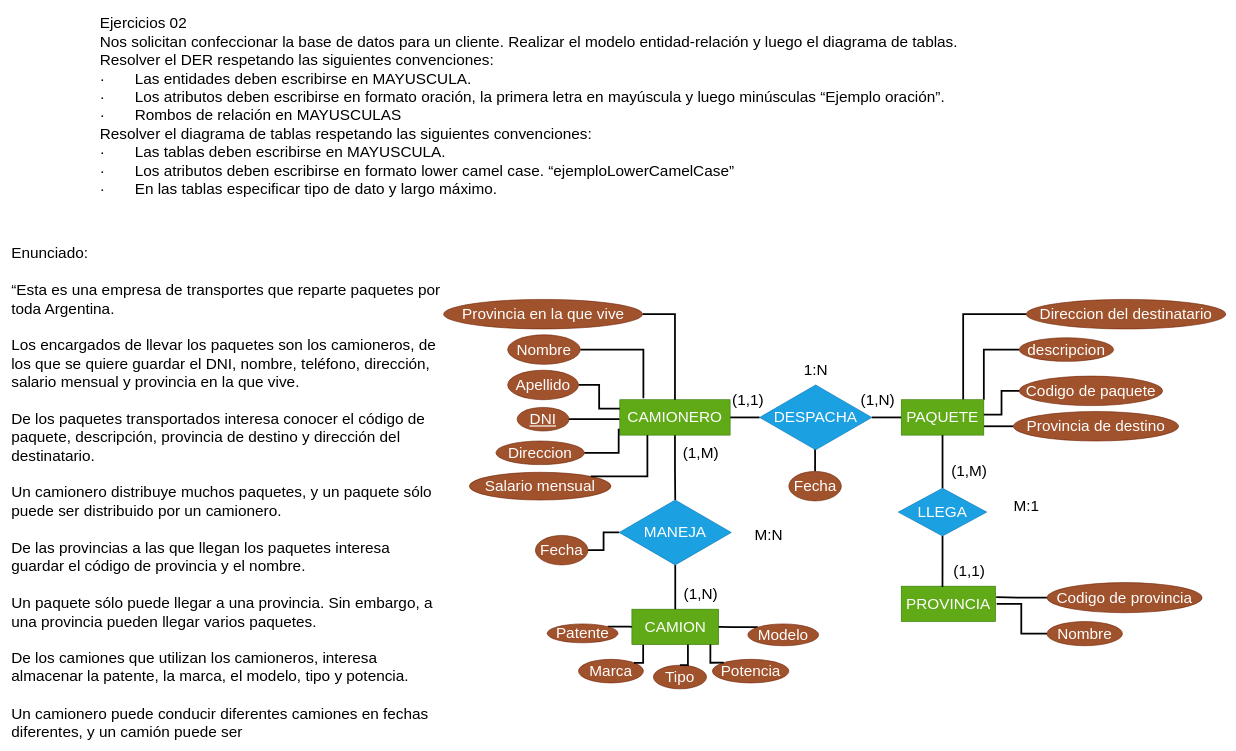
VictoriaIleanaRodriguezMora/ifts keeps this draw.io diagram as 112_administracion_de_bases_de_datos/ejercicios_DER/ejercicios_02_transportes_07-05.drawio. Above is the earlier version. Source tidied: cells renumbered, new cells numbered last; positions are measured from the earlier drawing's top-left corner, leaving out a move shared by most shapes. Both pictures are drawn from the tidied source at 59%, with x=0, y=0 at pixel (10, 10).
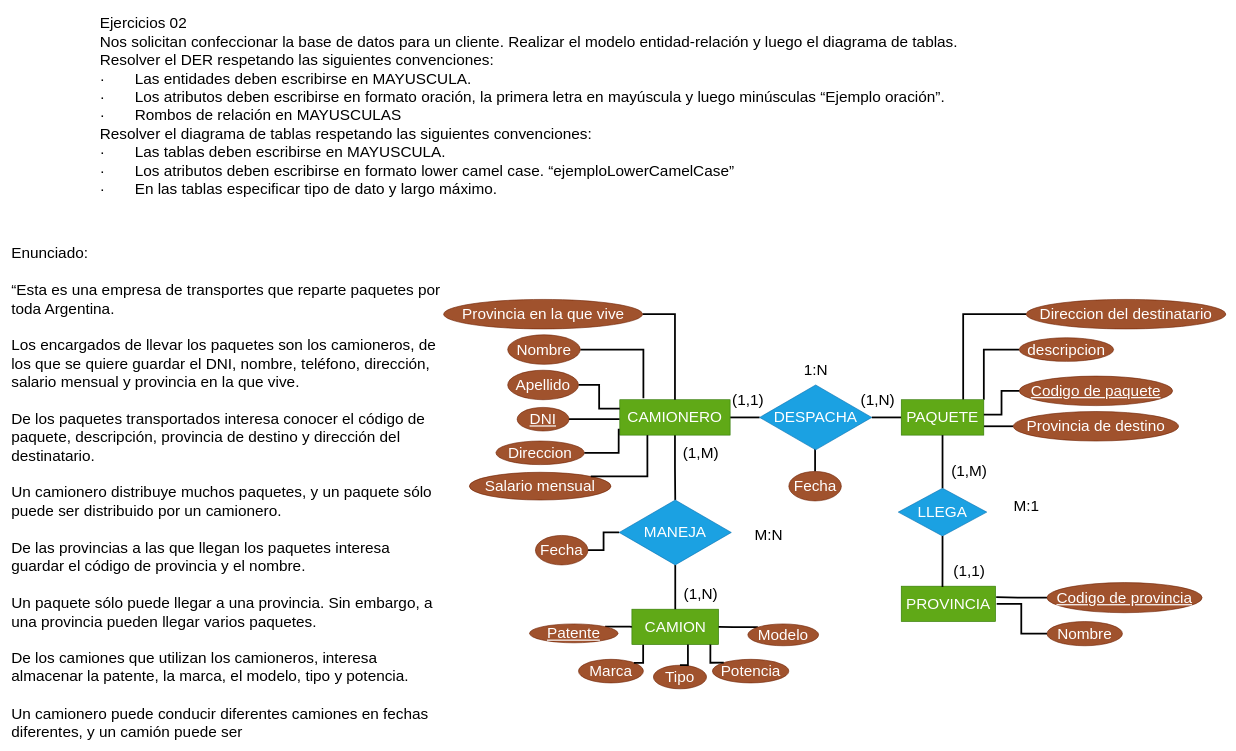
The same page after the edit.

Commit message:
feat: Indico el atributo clave ejercicios_02_transportes_07-05

The edit, as a diff of the source:
```diff
@@
-    <mxCell id="21" value="Codigo de paquete" style="ellipse;whiteSpace=wrap;html=1;fontSize=26;fillColor=#a0522d;fontColor=#ffffff;strokeColor=#6D1F00;" parent="1" vertex="1">
-      <mxGeometry x="1710" y="620" width="243" height="50" as="geometry" />
+    <mxCell id="21" value="&lt;u&gt;Codigo de paquete&lt;/u&gt;" style="ellipse;whiteSpace=wrap;html=1;fontSize=26;fillColor=#a0522d;fontColor=#ffffff;strokeColor=#6D1F00;" parent="1" vertex="1">
+      <mxGeometry x="1710" y="620" width="260" height="50" as="geometry" />
     </mxCell>
@@
-    <mxCell id="30" value="Codigo de provincia" style="ellipse;whiteSpace=wrap;html=1;fontSize=26;fillColor=#a0522d;fontColor=#ffffff;strokeColor=#6D1F00;" parent="1" vertex="1">
+    <mxCell id="30" value="&lt;u&gt;Codigo de provincia&lt;/u&gt;" style="ellipse;whiteSpace=wrap;html=1;fontSize=26;fillColor=#a0522d;fontColor=#ffffff;strokeColor=#6D1F00;" parent="1" vertex="1">
       <mxGeometry x="1757" y="970" width="263" height="51" as="geometry" />
     </mxCell>
@@
-    <mxCell id="45" value="Patente" style="ellipse;whiteSpace=wrap;html=1;fontSize=26;fillColor=#a0522d;fontColor=#ffffff;strokeColor=#6D1F00;" parent="1" vertex="1">
-      <mxGeometry x="910" y="1040" width="120" height="32" as="geometry" />
+    <mxCell id="45" value="&lt;u&gt;Patente&lt;/u&gt;" style="ellipse;whiteSpace=wrap;html=1;fontSize=26;fillColor=#a0522d;fontColor=#ffffff;strokeColor=#6D1F00;" parent="1" vertex="1">
+      <mxGeometry x="880" y="1040" width="150" height="32" as="geometry" />
     </mxCell>
```
